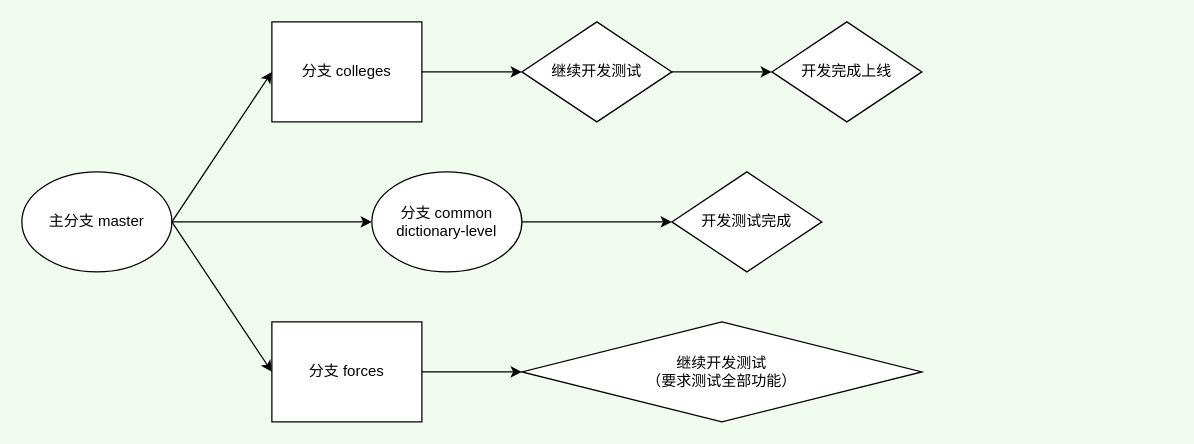
The draw.io diagram 分支使用场景2.drawio in Cy-Draw/Flowchart, before the edit. Source tidied: cells renumbered, new cells numbered last; positions are measured from the earlier drawing's top-left corner, leaving out a move shared by most shapes. Both pictures are drawn from the tidied source at 125%, with x=0, y=0 at pixel (21, 21).
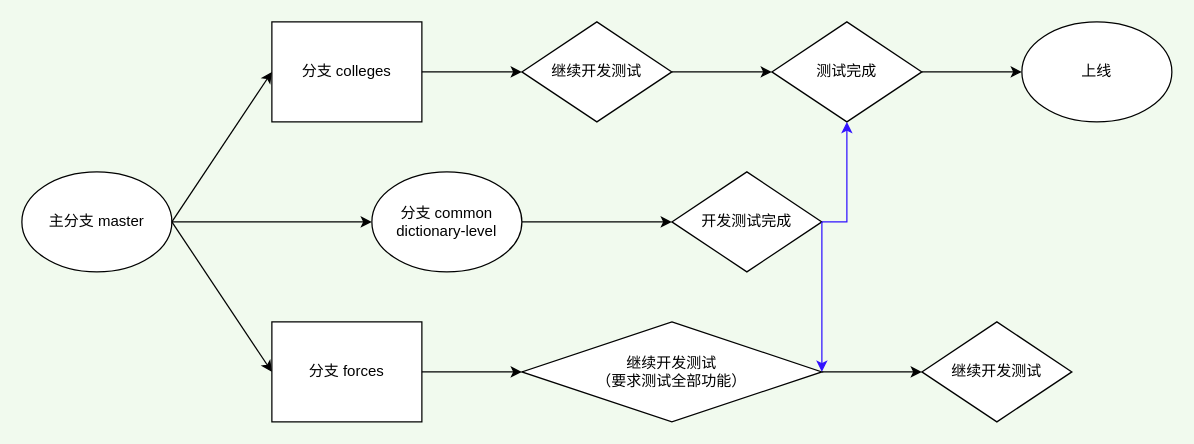
The same diagram, later.

Commit message:
更新分支使用场景2.drawio

The change refers to these unchanged cells:
```xml
<mxCell id="16" value="开发测试完成" style="rhombus;whiteSpace=wrap;html=1;" parent="1" vertex="1">
  <mxGeometry x="520" y="120" width="120" height="80" as="geometry" />
</mxCell>
```

What changed in the source:
```diff
@@
     <mxCell id="9" value="继续开发测试&lt;br&gt;（要求测试全部功能）" style="rhombus;whiteSpace=wrap;html=1;" parent="1" vertex="1">
-      <mxGeometry x="400" y="240" width="320" height="80" as="geometry" />
+      <mxGeometry x="400" y="240" width="240" height="80" as="geometry" />
     </mxCell>
@@
-    <mxCell id="11" value="开发完成上线" style="rhombus;whiteSpace=wrap;html=1;" parent="1" vertex="1">
+    <mxCell id="11" value="测试完成" style="rhombus;whiteSpace=wrap;html=1;" parent="1" vertex="1">
       <mxGeometry x="600" width="120" height="80" as="geometry" />
     </mxCell>
@@
+    <mxCell id="17" style="endArrow=classic;html=1;rounded=0;exitX=1;exitY=0.5;exitDx=0;exitDy=0;entryX=0.5;entryY=1;entryDx=0;entryDy=0;strokeColor=#3112FF;" parent="1" edge="1" source="16" target="11">
+      <mxGeometry relative="1" as="geometry">
+        <Array as="points">
+          <mxPoint x="660" y="160" />
+        </Array>
+      </mxGeometry>
+    </mxCell>
+    <mxCell id="18" style="endArrow=classic;html=1;rounded=0;exitX=1;exitY=0.5;exitDx=0;exitDy=0;entryX=1;entryY=0.5;entryDx=0;entryDy=0;strokeColor=#3112FF;" parent="1" edge="1" source="16" target="9">
+      <mxGeometry relative="1" as="geometry" />
+    </mxCell>
+    <mxCell id="19" value="上线" style="ellipse;whiteSpace=wrap;html=1;" parent="1" vertex="1">
+      <mxGeometry x="800" width="120" height="80" as="geometry" />
+    </mxCell>
+    <mxCell id="20" style="endArrow=classic;html=1;rounded=0;strokeColor=#000000;exitX=1;exitY=0.5;exitDx=0;exitDy=0;entryX=0;entryY=0.5;entryDx=0;entryDy=0;" parent="1" edge="1" source="11" target="19">
+      <mxGeometry relative="1" as="geometry" />
+    </mxCell>
+    <mxCell id="21" style="endArrow=classic;html=1;rounded=0;strokeColor=#000000;entryX=0;entryY=0.5;entryDx=0;entryDy=0;startArrow=none;" parent="1" edge="1" source="22">
+      <mxGeometry relative="1" as="geometry">
+        <mxPoint x="760" y="280" as="targetPoint" />
+      </mxGeometry>
+    </mxCell>
+    <mxCell id="22" value="继续开发测试" style="rhombus;whiteSpace=wrap;html=1;" parent="1" vertex="1">
+      <mxGeometry x="720" y="240" width="120" height="80" as="geometry" />
+    </mxCell>
+    <mxCell id="23" style="endArrow=classic;html=1;rounded=0;strokeColor=#000000;exitX=1;exitY=0.5;exitDx=0;exitDy=0;entryX=0;entryY=0.5;entryDx=0;entryDy=0;" parent="1" edge="1" source="9" target="22">
+      <mxGeometry relative="1" as="geometry" />
+    </mxCell>
```
